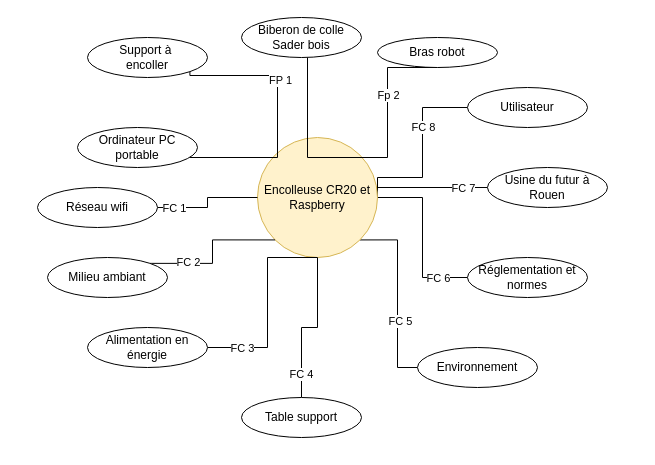
Earlier version of the draw.io diagram Diagramme sans nom.drawio (FaMafaik/SysAutom). Source tidied: cells renumbered, new cells numbered last; positions are measured from the earlier drawing's top-left corner, leaving out a move shared by most shapes. Both pictures are drawn from the tidied source at 100%, with x=0, y=0 at pixel (37, 17).
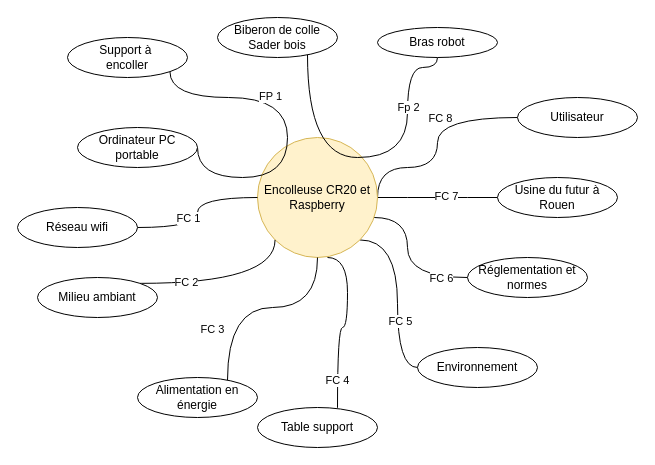
The same diagram, later.

Commit message:
Mettre à jour Diagramme sans nom.drawio

The change refers to these unchanged cells:
```xml
<mxCell id="10" value="Encolleuse CR20 et Raspberry" style="ellipse;whiteSpace=wrap;html=1;fillColor=#fff2cc;strokeColor=#d6b656;" parent="1" vertex="1">
  <mxGeometry x="220" y="120" width="120" height="120" as="geometry" />
</mxCell>
<mxCell id="18" value="Ordinateur PC&lt;div&gt;portable&lt;/div&gt;" style="ellipse;whiteSpace=wrap;html=1;" parent="1" vertex="1">
  <mxGeometry x="40" y="110" width="120" height="40" as="geometry" />
</mxCell>
<mxCell id="31" value="Environnement" style="ellipse;whiteSpace=wrap;html=1;" parent="1" vertex="1">
  <mxGeometry x="380" y="330" width="120" height="40" as="geometry" />
</mxCell>
<mxCell id="32" value="Réglementation et normes" style="ellipse;whiteSpace=wrap;html=1;" parent="1" vertex="1">
  <mxGeometry x="430" y="240" width="120" height="40" as="geometry" />
</mxCell>
```

The edit, as a diff of the source:
```diff
@@
-    <mxCell id="2" style="edgeStyle=orthogonalEdgeStyle;rounded=0;jettySize=auto;html=1;exitX=1;exitY=1;exitDx=0;exitDy=0;entryX=0;entryY=0.5;entryDx=0;entryDy=0;endArrow=none;startFill=0;" parent="1" edge="1" source="10" target="31">
+    <mxCell id="2" style="edgeStyle=orthogonalEdgeStyle;rounded=0;jettySize=auto;html=1;exitX=1;exitY=1;exitDx=0;exitDy=0;entryX=0;entryY=0.5;entryDx=0;entryDy=0;endArrow=none;startFill=0;curved=1;" parent="1" edge="1" source="10" target="31">
       <mxGeometry relative="1" as="geometry" />
     </mxCell>
@@
-    <mxCell id="4" style="edgeStyle=orthogonalEdgeStyle;rounded=0;jettySize=auto;html=1;entryX=0;entryY=0.5;entryDx=0;entryDy=0;endArrow=none;startFill=0;" parent="1" edge="1" source="10" target="32">
-      <mxGeometry relative="1" as="geometry" />
+    <mxCell id="4" style="edgeStyle=orthogonalEdgeStyle;rounded=0;jettySize=auto;html=1;entryX=0;entryY=0.5;entryDx=0;entryDy=0;endArrow=none;startFill=0;curved=1;" parent="1" edge="1" source="10" target="32">
+      <mxGeometry relative="1" as="geometry">
+        <Array as="points">
+          <mxPoint x="370" y="200" />
+          <mxPoint x="370" y="260" />
+        </Array>
+      </mxGeometry>
     </mxCell>
@@
-    <mxCell id="6" style="edgeStyle=orthogonalEdgeStyle;rounded=0;jettySize=auto;html=1;exitX=1;exitY=0.5;exitDx=0;exitDy=0;entryX=0;entryY=0.5;entryDx=0;entryDy=0;endArrow=none;startFill=0;" parent="1" edge="1" source="10" target="33">
+    <mxCell id="6" style="edgeStyle=orthogonalEdgeStyle;rounded=0;jettySize=auto;html=1;exitX=1;exitY=0.5;exitDx=0;exitDy=0;entryX=0;entryY=0.5;entryDx=0;entryDy=0;endArrow=none;startFill=0;curved=1;" parent="1" edge="1" source="10" target="33">
       <mxGeometry relative="1" as="geometry">
         <Array as="points">
-          <mxPoint x="340" y="160" />
-          <mxPoint x="385" y="160" />
-          <mxPoint x="385" y="90" />
+          <mxPoint x="340" y="150" />
+          <mxPoint x="400" y="150" />
+          <mxPoint x="400" y="100" />
         </Array>
       </mxGeometry>
     </mxCell>
@@
-    <mxCell id="8" style="edgeStyle=orthogonalEdgeStyle;rounded=0;jettySize=auto;html=1;exitX=1;exitY=0.5;exitDx=0;exitDy=0;entryX=0;entryY=0.5;entryDx=0;entryDy=0;endArrow=none;startFill=0;" parent="1" edge="1" source="10" target="34">
-      <mxGeometry relative="1" as="geometry">
-        <Array as="points">
-          <mxPoint x="340" y="170" />
-        </Array>
-      </mxGeometry>
+    <mxCell id="8" style="edgeStyle=entityRelationEdgeStyle;rounded=0;jettySize=auto;html=1;entryX=0;entryY=0.5;entryDx=0;entryDy=0;endArrow=none;startFill=0;" parent="1" edge="1" source="10" target="34">
+      <mxGeometry relative="1" as="geometry" />
     </mxCell>
     <mxCell id="9" value="FC 7" style="edgeLabel;html=1;align=center;verticalAlign=middle;" parent="8" vertex="1">
-      <mxGeometry x="0.58" relative="1" as="geometry" />
+      <mxGeometry x="0.13" y="2" relative="1" as="geometry" />
     </mxCell>
@@
     <mxCell id="11" value="Support à&amp;nbsp;&lt;div&gt;encoller&lt;/div&gt;" style="ellipse;whiteSpace=wrap;html=1;" parent="1" vertex="1">
-      <mxGeometry x="50" y="20" width="120" height="40" as="geometry" />
+      <mxGeometry x="30" y="20" width="120" height="40" as="geometry" />
     </mxCell>
-    <mxCell id="12" style="edgeStyle=orthogonalEdgeStyle;rounded=0;jettySize=auto;html=1;entryX=0.5;entryY=1;entryDx=0;entryDy=0;endArrow=none;startFill=0;" parent="1" edge="1" source="14" target="15">
+    <mxCell id="12" style="edgeStyle=orthogonalEdgeStyle;rounded=0;jettySize=auto;html=1;entryX=0.5;entryY=1;entryDx=0;entryDy=0;endArrow=none;startFill=0;curved=1;" parent="1" edge="1" source="14" target="15">
       <mxGeometry relative="1" as="geometry">
         <Array as="points">
           <mxPoint x="270" y="140" />
-          <mxPoint x="350" y="140" />
-          <mxPoint x="350" y="50" />
+          <mxPoint x="370" y="140" />
+          <mxPoint x="370" y="50" />
         </Array>
       </mxGeometry>
     </mxCell>
@@
     <mxCell id="14" value="Biberon de colle&lt;div&gt;Sader bois&lt;/div&gt;" style="ellipse;whiteSpace=wrap;html=1;" parent="1" vertex="1">
-      <mxGeometry x="204" width="120" height="40" as="geometry" />
+      <mxGeometry x="180" width="120" height="40" as="geometry" />
     </mxCell>
     <mxCell id="15" value="Bras robot" style="ellipse;whiteSpace=wrap;html=1;" parent="1" vertex="1">
-      <mxGeometry x="340" y="20" width="120" height="30" as="geometry" />
+      <mxGeometry x="340" y="10" width="120" height="30" as="geometry" />
     </mxCell>
-    <mxCell id="16" style="edgeStyle=orthogonalEdgeStyle;rounded=0;jettySize=auto;html=1;entryX=1;entryY=1;entryDx=0;entryDy=0;endArrow=none;startFill=0;" parent="1" edge="1" source="18" target="11">
+    <mxCell id="16" style="edgeStyle=orthogonalEdgeStyle;rounded=0;jettySize=auto;html=1;entryX=1;entryY=1;entryDx=0;entryDy=0;endArrow=none;startFill=0;curved=1;" parent="1" edge="1" source="18" target="11">
       <mxGeometry relative="1" as="geometry">
         <Array as="points">
-          <mxPoint x="240" y="140" />
-          <mxPoint x="240" y="58" />
+          <mxPoint x="160" y="160" />
+          <mxPoint x="250" y="160" />
+          <mxPoint x="250" y="80" />
+          <mxPoint x="132" y="80" />
         </Array>
       </mxGeometry>
     </mxCell>
@@
-    <mxCell id="19" style="edgeStyle=orthogonalEdgeStyle;rounded=0;jettySize=auto;html=1;entryX=0;entryY=0.5;entryDx=0;entryDy=0;endArrow=none;startFill=0;" parent="1" edge="1" source="21" target="10">
+    <mxCell id="19" style="edgeStyle=orthogonalEdgeStyle;rounded=0;jettySize=auto;html=1;entryX=0;entryY=0.5;entryDx=0;entryDy=0;endArrow=none;startFill=0;curved=1;" parent="1" edge="1" source="21" target="10">
       <mxGeometry relative="1" as="geometry" />
     </mxCell>
     <mxCell id="20" value="FC 1" style="edgeLabel;html=1;align=center;verticalAlign=middle;" parent="19" vertex="1">
       <mxGeometry x="-0.53" y="2" relative="1" as="geometry">
-        <mxPoint x="-10" y="2" as="offset" />
+        <mxPoint x="15" y="-8" as="offset" />
       </mxGeometry>
     </mxCell>
     <mxCell id="21" value="Réseau wifi" style="ellipse;whiteSpace=wrap;html=1;" parent="1" vertex="1">
-      <mxGeometry y="170" width="120" height="40" as="geometry" />
+      <mxGeometry x="-20" y="190" width="120" height="40" as="geometry" />
     </mxCell>
-    <mxCell id="22" style="edgeStyle=orthogonalEdgeStyle;rounded=0;jettySize=auto;html=1;exitX=1;exitY=0;exitDx=0;exitDy=0;entryX=0;entryY=1;entryDx=0;entryDy=0;endArrow=none;startFill=0;" parent="1" edge="1" source="24" target="10">
+    <mxCell id="22" style="edgeStyle=orthogonalEdgeStyle;rounded=0;jettySize=auto;html=1;exitX=1;exitY=0;exitDx=0;exitDy=0;entryX=0;entryY=1;entryDx=0;entryDy=0;endArrow=none;startFill=0;curved=1;" parent="1" edge="1" source="24" target="10">
       <mxGeometry relative="1" as="geometry" />
     </mxCell>
@@
     <mxCell id="24" value="Milieu ambiant" style="ellipse;whiteSpace=wrap;html=1;" parent="1" vertex="1">
-      <mxGeometry x="10" y="240" width="120" height="40" as="geometry" />
+      <mxGeometry y="260" width="120" height="40" as="geometry" />
     </mxCell>
-    <mxCell id="25" style="edgeStyle=orthogonalEdgeStyle;rounded=0;jettySize=auto;html=1;entryX=0.5;entryY=1;entryDx=0;entryDy=0;endArrow=none;startFill=0;" parent="1" edge="1" source="27" target="10">
+    <mxCell id="25" style="edgeStyle=orthogonalEdgeStyle;rounded=0;jettySize=auto;html=1;entryX=0.5;entryY=1;entryDx=0;entryDy=0;endArrow=none;startFill=0;curved=1;" parent="1" edge="1" source="27" target="10">
       <mxGeometry relative="1" as="geometry">
         <Array as="points">
-          <mxPoint x="230" y="330" />
-          <mxPoint x="230" y="240" />
+          <mxPoint x="190" y="290" />
+          <mxPoint x="280" y="290" />
         </Array>
       </mxGeometry>
     </mxCell>
@@
     <mxCell id="27" value="Alimentation en énergie" style="ellipse;whiteSpace=wrap;html=1;" parent="1" vertex="1">
-      <mxGeometry x="50" y="310" width="120" height="40" as="geometry" />
+      <mxGeometry x="100" y="360" width="120" height="40" as="geometry" />
     </mxCell>
-    <mxCell id="28" style="edgeStyle=orthogonalEdgeStyle;rounded=0;jettySize=auto;html=1;entryX=0.5;entryY=1;entryDx=0;entryDy=0;endArrow=none;startFill=0;" parent="1" edge="1" source="30" target="10">
-      <mxGeometry relative="1" as="geometry" />
+    <mxCell id="28" style="edgeStyle=orthogonalEdgeStyle;rounded=0;orthogonalLoop=1;jettySize=auto;html=1;entryX=0.5;entryY=1;entryDx=0;entryDy=0;endArrow=none;startFill=0;curved=1;" parent="1" edge="1">
+      <mxGeometry relative="1" as="geometry">
+        <mxPoint x="300" y="390.3" as="sourcePoint" />
+        <mxPoint x="290" y="240" as="targetPoint" />
+        <Array as="points">
+          <mxPoint x="300" y="310" />
+          <mxPoint x="310" y="310" />
+          <mxPoint x="310" y="240" />
+        </Array>
+      </mxGeometry>
     </mxCell>
@@
     <mxCell id="30" value="Table support" style="ellipse;whiteSpace=wrap;html=1;" parent="1" vertex="1">
-      <mxGeometry x="204" y="380" width="120" height="40" as="geometry" />
+      <mxGeometry x="220" y="390" width="120" height="40" as="geometry" />
     </mxCell>
@@
     <mxCell id="33" value="Utilisateur" style="ellipse;whiteSpace=wrap;html=1;" parent="1" vertex="1">
-      <mxGeometry x="430" y="70" width="120" height="40" as="geometry" />
+      <mxGeometry x="480" y="80" width="120" height="40" as="geometry" />
     </mxCell>
     <mxCell id="34" value="Usine du futur à Rouen" style="ellipse;whiteSpace=wrap;html=1;" parent="1" vertex="1">
-      <mxGeometry x="450" y="150" width="120" height="40" as="geometry" />
+      <mxGeometry x="460" y="160" width="120" height="40" as="geometry" />
     </mxCell>
```
